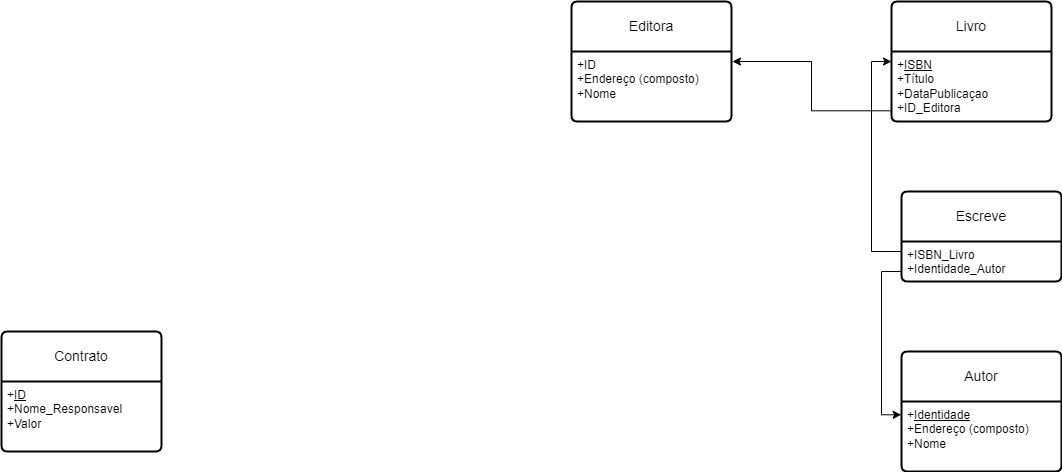
Earlier version of the draw.io export modelo Logico exerc 2.drawio.png (VitorFonseca123/ExerciciosACH2004_BD). Source tidied: cells renumbered, new cells last; positions are measured from the earlier drawing's top-left corner, leaving out a move shared by most shapes.
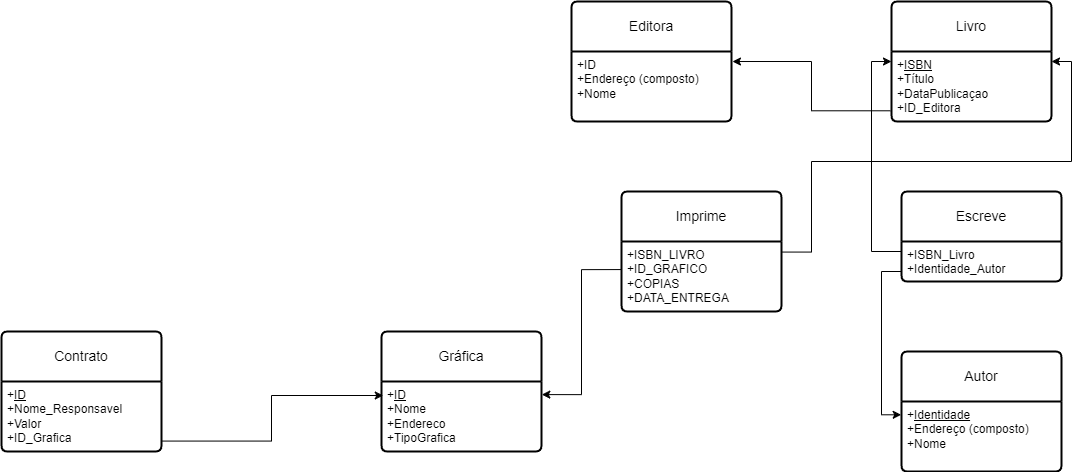
After the change.

Diff of the diagram source:
```diff
@@ -38,8 +38,36 @@
     <mxCell id="13" value="Contrato" style="swimlane;horizontal=1;startSize=50;rounded=1;fontSize=14;fontStyle=0;strokeWidth=2;shadow=0;dashed=0;align=center;arcSize=4;whiteSpace=wrap;html=1;" parent="1" vertex="1">
       <mxGeometry y="330" width="160" height="120" as="geometry" />
     </mxCell>
-    <mxCell id="14" value="+&lt;u&gt;ID&lt;/u&gt;&lt;br&gt;+Nome_Responsavel&lt;br&gt;+Valor" style="align=left;strokeColor=none;fillColor=none;spacingLeft=4;fontSize=12;verticalAlign=top;html=1;" parent="13" vertex="1">
+    <mxCell id="14" value="+&lt;u&gt;ID&lt;/u&gt;&lt;br&gt;+Nome_Responsavel&lt;br&gt;+Valor&lt;br&gt;+ID_Grafica" style="align=left;strokeColor=none;fillColor=none;spacingLeft=4;fontSize=12;verticalAlign=top;html=1;" parent="13" vertex="1">
       <mxGeometry y="50" width="160" height="70" as="geometry" />
     </mxCell>
+    <mxCell id="15" value="Gráfica" style="swimlane;horizontal=1;startSize=50;rounded=1;fontSize=14;fontStyle=0;strokeWidth=2;shadow=0;dashed=0;align=center;arcSize=4;whiteSpace=wrap;html=1;" parent="1" vertex="1">
+      <mxGeometry x="380" y="330" width="160" height="120" as="geometry" />
+    </mxCell>
+    <mxCell id="16" value="+&lt;u&gt;ID&lt;/u&gt;&lt;br&gt;+Nome&lt;br&gt;+Endereco&lt;br&gt;+TipoGrafica" style="align=left;strokeColor=none;fillColor=none;spacingLeft=4;fontSize=12;verticalAlign=top;html=1;" parent="15" vertex="1">
+      <mxGeometry y="50" width="160" height="70" as="geometry" />
+    </mxCell>
+    <mxCell id="17" style="edgeStyle=orthogonalEdgeStyle;rounded=0;jettySize=auto;html=1;exitX=1.006;exitY=0.851;exitDx=0;exitDy=0;entryX=0.011;entryY=0.2;entryDx=0;entryDy=0;entryPerimeter=0;exitPerimeter=0;" parent="1" edge="1" source="14" target="16">
+      <mxGeometry relative="1" as="geometry" />
+    </mxCell>
+    <mxCell id="18" value="Imprime" style="swimlane;horizontal=1;startSize=50;rounded=1;fontSize=14;fontStyle=0;strokeWidth=2;shadow=0;dashed=0;align=center;arcSize=4;whiteSpace=wrap;html=1;" parent="1" vertex="1">
+      <mxGeometry x="620" y="190" width="160" height="120" as="geometry" />
+    </mxCell>
+    <mxCell id="19" value="+ISBN_LIVRO&lt;br&gt;+ID_GRAFICO&lt;br&gt;+COPIAS&lt;br&gt;+DATA_ENTREGA" style="align=left;strokeColor=none;fillColor=none;spacingLeft=4;fontSize=12;verticalAlign=top;html=1;" parent="18" vertex="1">
+      <mxGeometry y="50" width="160" height="70" as="geometry" />
+    </mxCell>
+    <mxCell id="20" style="edgeStyle=orthogonalEdgeStyle;rounded=0;jettySize=auto;html=1;exitX=-0.001;exitY=0.401;exitDx=0;exitDy=0;entryX=1.002;entryY=0.187;entryDx=0;entryDy=0;entryPerimeter=0;exitPerimeter=0;" parent="1" edge="1" source="19" target="16">
+      <mxGeometry relative="1" as="geometry" />
+    </mxCell>
+    <mxCell id="21" style="edgeStyle=orthogonalEdgeStyle;rounded=0;jettySize=auto;html=1;exitX=1.006;exitY=0.151;exitDx=0;exitDy=0;exitPerimeter=0;entryX=1;entryY=0.5;entryDx=0;entryDy=0;" parent="1" edge="1" source="19" target="4">
+      <mxGeometry relative="1" as="geometry">
+        <Array as="points">
+          <mxPoint x="810" y="251" />
+          <mxPoint x="810" y="160" />
+          <mxPoint x="1070" y="160" />
+          <mxPoint x="1070" y="60" />
+        </Array>
+      </mxGeometry>
+    </mxCell>
   </root>
 </mxGraphModel>
```
